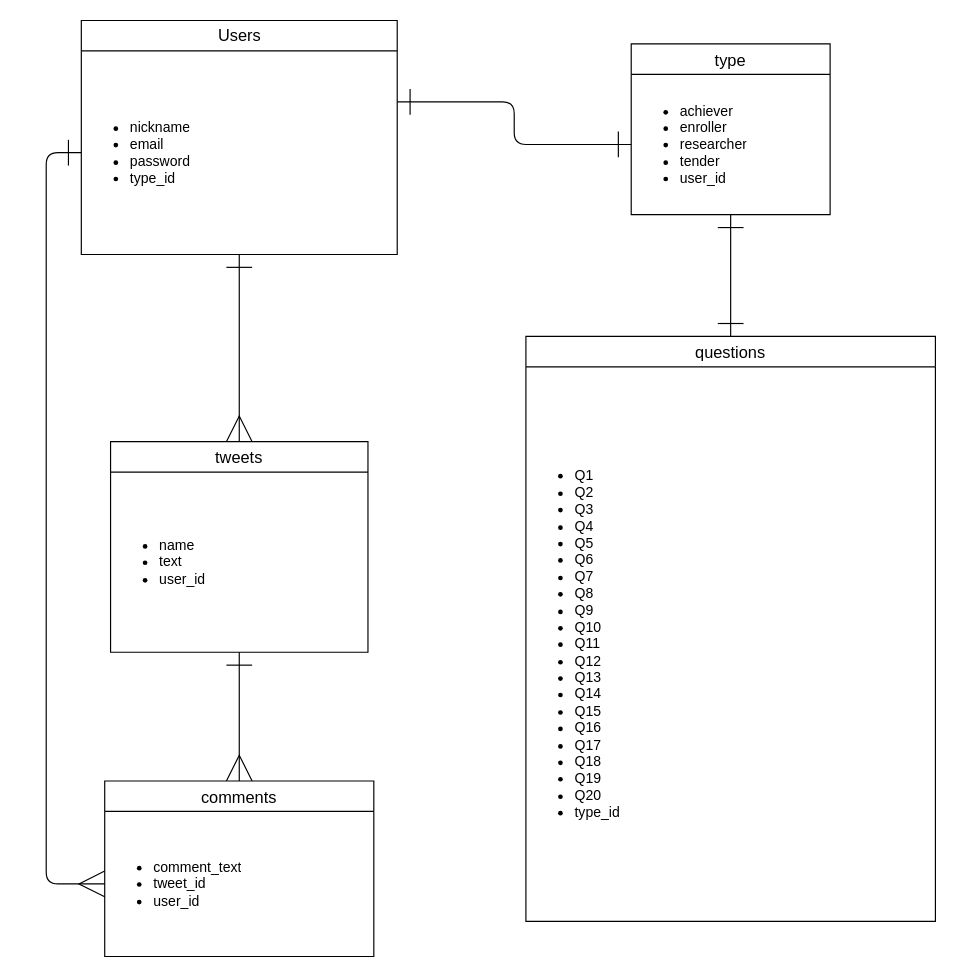
The draw.io diagram Er.dio in rin3124hello/for-style, before the edit. Source tidied: cells renumbered, new cells numbered last; positions are measured from the earlier drawing's top-left corner, leaving out a move shared by most shapes. Both pictures are drawn from the tidied source at 117%, with x=0, y=0 at pixel (81, 20).
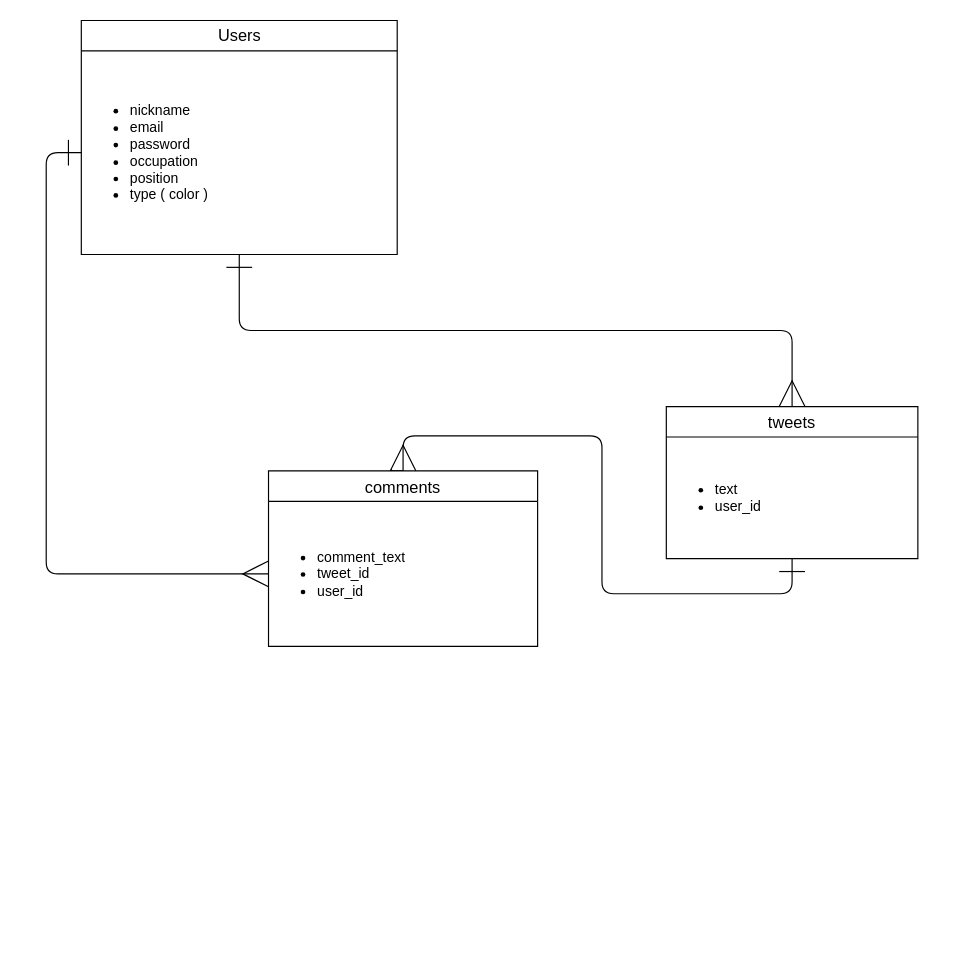
After the change.

The edit, as a diff of the source:
```diff
@@
 <mxGraphModel>
   <root>
     <mxCell id="0" />
     <mxCell id="1" parent="0" />
     <mxCell id="2" value="Users" style="swimlane;fontStyle=0;horizontal=1;startSize=26;align=center;fontSize=14;html=1;" parent="1" vertex="1">
       <mxGeometry width="270" height="200" as="geometry" />
     </mxCell>
-    <mxCell id="3" value="&lt;ul&gt;&lt;li&gt;nickname&lt;/li&gt;&lt;li&gt;email&lt;/li&gt;&lt;li&gt;password&lt;/li&gt;&lt;li&gt;type_id&lt;/li&gt;&lt;/ul&gt;" style="text;strokeColor=none;fillColor=none;html=1;whiteSpace=wrap;verticalAlign=middle;overflow=hidden;" parent="2" vertex="1">
+    <mxCell id="3" value="&lt;ul&gt;&lt;li&gt;nickname&lt;/li&gt;&lt;li&gt;email&lt;/li&gt;&lt;li&gt;password&lt;/li&gt;&lt;li&gt;occupation&lt;/li&gt;&lt;li&gt;position&lt;/li&gt;&lt;li&gt;type ( color )&lt;/li&gt;&lt;/ul&gt;" style="text;strokeColor=none;fillColor=none;html=1;whiteSpace=wrap;verticalAlign=middle;overflow=hidden;" parent="2" vertex="1">
       <mxGeometry y="26" width="270" height="174" as="geometry" />
     </mxCell>
     <mxCell id="4" style="edgeStyle=orthogonalEdgeStyle;curved=0;rounded=1;sketch=0;jettySize=auto;html=1;exitX=0.5;exitY=1;exitDx=0;exitDy=0;startArrow=ERone;startFill=0;endArrow=ERmany;endFill=0;startSize=20;endSize=20;" parent="1" edge="1" source="3" target="5">
       <mxGeometry relative="1" as="geometry" />
     </mxCell>
+    <mxCell id="7" style="edgeStyle=orthogonalEdgeStyle;curved=0;rounded=1;sketch=0;jettySize=auto;html=1;exitX=0.5;exitY=1;exitDx=0;exitDy=0;entryX=0.5;entryY=0;entryDx=0;entryDy=0;startArrow=ERone;startFill=0;startSize=20;endArrow=ERmany;endFill=0;endSize=20;" parent="1" edge="1" source="6" target="10">
+      <mxGeometry relative="1" as="geometry" />
+    </mxCell>
+    <mxCell id="12" style="edgeStyle=orthogonalEdgeStyle;curved=0;rounded=1;sketch=0;jettySize=auto;html=1;exitX=0;exitY=0.5;exitDx=0;exitDy=0;entryX=0;entryY=0.5;entryDx=0;entryDy=0;startArrow=ERone;startFill=0;startSize=20;endArrow=ERmany;endFill=0;endSize=20;" parent="1" edge="1" source="3" target="11">
+      <mxGeometry relative="1" as="geometry" />
+    </mxCell>
+    <mxCell id="17" style="edgeStyle=orthogonalEdgeStyle;rounded=0;orthogonalLoop=1;jettySize=auto;html=1;exitX=0.5;exitY=0;exitDx=0;exitDy=0;entryX=0.457;entryY=-0.013;entryDx=0;entryDy=0;entryPerimeter=0;" parent="1" edge="1" source="10" target="10">
+      <mxGeometry relative="1" as="geometry" />
+    </mxCell>
+    <mxCell id="10" value="comments" style="swimlane;fontStyle=0;horizontal=1;startSize=26;align=center;fontSize=14;rounded=0;sketch=0;" parent="1" vertex="1">
+      <mxGeometry x="160" y="385" width="230" height="150" as="geometry" />
+    </mxCell>
+    <mxCell id="11" value="&lt;ul&gt;&lt;li&gt;comment_text&lt;/li&gt;&lt;li&gt;tweet_id&lt;/li&gt;&lt;li&gt;user_id&lt;/li&gt;&lt;/ul&gt;" style="text;strokeColor=none;fillColor=none;html=1;whiteSpace=wrap;verticalAlign=middle;overflow=hidden;rounded=0;sketch=0;" parent="10" vertex="1">
+      <mxGeometry y="26" width="230" height="124" as="geometry" />
+    </mxCell>
     <mxCell id="5" value="tweets" style="swimlane;fontStyle=0;horizontal=1;startSize=26;align=center;fontSize=14;rounded=0;sketch=0;" parent="1" vertex="1">
-      <mxGeometry x="25" y="360" width="220" height="180" as="geometry" />
+      <mxGeometry x="500" y="330" width="215" height="130" as="geometry" />
     </mxCell>
-    <mxCell id="6" value="&lt;ul&gt;&lt;li&gt;name&lt;/li&gt;&lt;li&gt;text&lt;/li&gt;&lt;li&gt;user_id&lt;/li&gt;&lt;/ul&gt;" style="text;strokeColor=none;fillColor=none;html=1;whiteSpace=wrap;verticalAlign=middle;overflow=hidden;rounded=0;sketch=0;" parent="5" vertex="1">
-      <mxGeometry y="26" width="220" height="154" as="geometry" />
+    <mxCell id="6" value="&lt;ul&gt;&lt;li&gt;text&lt;/li&gt;&lt;li&gt;user_id&lt;/li&gt;&lt;/ul&gt;" style="text;strokeColor=none;fillColor=none;html=1;whiteSpace=wrap;verticalAlign=middle;overflow=hidden;rounded=0;sketch=0;" parent="5" vertex="1">
+      <mxGeometry y="26" width="215" height="104" as="geometry" />
     </mxCell>
-    <mxCell id="7" style="edgeStyle=orthogonalEdgeStyle;curved=0;rounded=1;sketch=0;jettySize=auto;html=1;exitX=0.5;exitY=1;exitDx=0;exitDy=0;entryX=0.5;entryY=0;entryDx=0;entryDy=0;startArrow=ERone;startFill=0;startSize=20;endArrow=ERmany;endFill=0;endSize=20;" parent="1" edge="1" source="6" target="10">
-      <mxGeometry relative="1" as="geometry" />
-    </mxCell>
-    <mxCell id="8" value="type" style="swimlane;fontStyle=0;horizontal=1;startSize=26;align=center;fontSize=14;rounded=0;sketch=0;" parent="1" vertex="1">
-      <mxGeometry x="470" y="20" width="170" height="146" as="geometry" />
-    </mxCell>
-    <mxCell id="9" value="&lt;ul&gt;&lt;li&gt;achiever&lt;/li&gt;&lt;li&gt;enroller&lt;/li&gt;&lt;li&gt;researcher&lt;/li&gt;&lt;li&gt;tender&lt;/li&gt;&lt;li&gt;user_id&lt;/li&gt;&lt;/ul&gt;" style="text;strokeColor=none;fillColor=none;html=1;whiteSpace=wrap;verticalAlign=middle;overflow=hidden;rounded=0;sketch=0;" parent="8" vertex="1">
-      <mxGeometry y="26" width="170" height="120" as="geometry" />
-    </mxCell>
-    <mxCell id="10" value="comments" style="swimlane;fontStyle=0;horizontal=1;startSize=26;align=center;fontSize=14;rounded=0;sketch=0;" parent="1" vertex="1">
-      <mxGeometry x="20" y="650" width="230" height="150" as="geometry" />
-    </mxCell>
-    <mxCell id="11" value="&lt;ul&gt;&lt;li&gt;comment_text&lt;/li&gt;&lt;li&gt;tweet_id&lt;/li&gt;&lt;li&gt;user_id&lt;/li&gt;&lt;/ul&gt;" style="text;strokeColor=none;fillColor=none;html=1;whiteSpace=wrap;verticalAlign=middle;overflow=hidden;rounded=0;sketch=0;" parent="10" vertex="1">
-      <mxGeometry y="26" width="230" height="124" as="geometry" />
-    </mxCell>
-    <mxCell id="12" style="edgeStyle=orthogonalEdgeStyle;curved=0;rounded=1;sketch=0;jettySize=auto;html=1;exitX=0;exitY=0.5;exitDx=0;exitDy=0;entryX=0;entryY=0.5;entryDx=0;entryDy=0;startArrow=ERone;startFill=0;startSize=20;endArrow=ERmany;endFill=0;endSize=20;" parent="1" edge="1" source="3" target="11">
-      <mxGeometry relative="1" as="geometry" />
-    </mxCell>
-    <mxCell id="13" style="edgeStyle=orthogonalEdgeStyle;curved=0;rounded=1;sketch=0;jettySize=auto;html=1;exitX=1;exitY=0.25;exitDx=0;exitDy=0;entryX=0;entryY=0.5;entryDx=0;entryDy=0;startArrow=ERone;startFill=0;startSize=20;endArrow=ERone;endFill=0;endSize=20;" parent="1" edge="1" source="3" target="9">
-      <mxGeometry relative="1" as="geometry" />
-    </mxCell>
-    <mxCell id="14" style="edgeStyle=orthogonalEdgeStyle;curved=0;rounded=1;sketch=0;jettySize=auto;html=1;exitX=0.5;exitY=1;exitDx=0;exitDy=0;entryX=0.5;entryY=0;entryDx=0;entryDy=0;startArrow=ERone;startFill=0;startSize=20;endArrow=ERone;endFill=0;endSize=20;" parent="1" edge="1" source="9" target="15">
-      <mxGeometry relative="1" as="geometry" />
-    </mxCell>
-    <mxCell id="15" value="questions" style="swimlane;fontStyle=0;horizontal=1;startSize=26;align=center;fontSize=14;rounded=0;sketch=0;" parent="1" vertex="1">
-      <mxGeometry x="380" y="270" width="350" height="500" as="geometry" />
-    </mxCell>
-    <mxCell id="16" value="&lt;ul&gt;&lt;li&gt;Q1&lt;/li&gt;&lt;li&gt;Q2&lt;/li&gt;&lt;li&gt;Q3&lt;/li&gt;&lt;li&gt;Q4&lt;/li&gt;&lt;li&gt;Q5&lt;/li&gt;&lt;li&gt;Q6&lt;/li&gt;&lt;li&gt;Q7&lt;/li&gt;&lt;li&gt;Q8&lt;/li&gt;&lt;li&gt;Q9&lt;/li&gt;&lt;li&gt;Q10&lt;br&gt;&lt;/li&gt;&lt;li&gt;Q11&lt;/li&gt;&lt;li&gt;Q12&lt;/li&gt;&lt;li&gt;Q13&lt;/li&gt;&lt;li&gt;Q14&lt;/li&gt;&lt;li&gt;Q15&lt;/li&gt;&lt;li&gt;Q16&lt;/li&gt;&lt;li&gt;Q17&lt;/li&gt;&lt;li&gt;Q18&lt;/li&gt;&lt;li&gt;Q19&lt;/li&gt;&lt;li&gt;Q20&lt;/li&gt;&lt;li&gt;type_id&lt;/li&gt;&lt;/ul&gt;" style="text;strokeColor=none;fillColor=none;html=1;whiteSpace=wrap;verticalAlign=middle;overflow=hidden;rounded=0;sketch=0;" parent="15" vertex="1">
-      <mxGeometry y="26" width="350" height="474" as="geometry" />
-    </mxCell>
   </root>
 </mxGraphModel>
```
